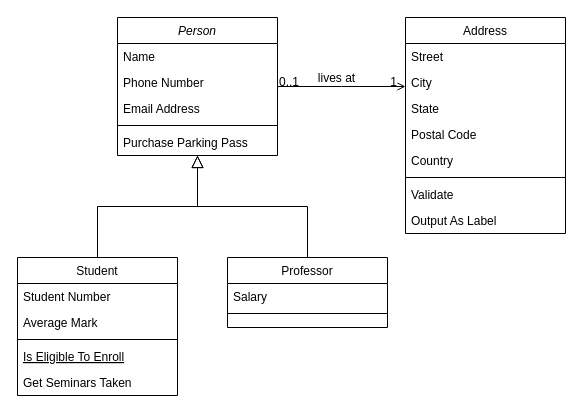
mwmarszalek/CodeClan keeps this draw.io diagram as Diagram bez tytułu.drawio. Above is the earlier version. Source tidied: cells renumbered, new cells numbered last; positions are measured from the earlier drawing's top-left corner, leaving out a move shared by most shapes. Both pictures are drawn from the tidied source at 100%, with x=0, y=0 at pixel (17, 17).
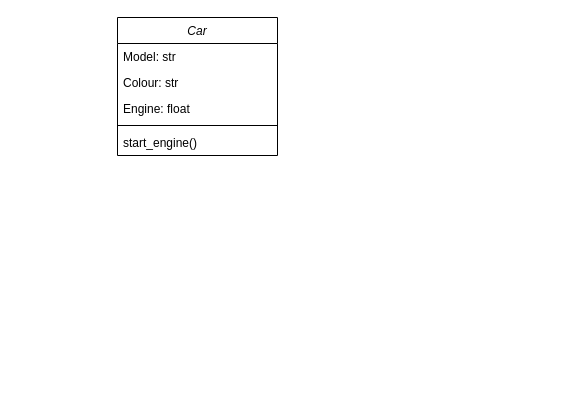
After the change.

Diff of the diagram source:
```diff
@@
-    <mxCell id="2" value="Person" style="swimlane;fontStyle=2;align=center;verticalAlign=top;horizontal=1;startSize=26;rounded=0;shadow=0;strokeWidth=1;" parent="1" vertex="1">
+    <mxCell id="2" value="Car" style="swimlane;fontStyle=2;align=center;verticalAlign=top;horizontal=1;startSize=26;rounded=0;shadow=0;strokeWidth=1;" parent="1" vertex="1">
       <mxGeometry x="100" width="160" height="138" as="geometry" />
     </mxCell>
-    <mxCell id="3" value="Name" style="text;align=left;verticalAlign=top;spacingLeft=4;spacingRight=4;overflow=hidden;" parent="2" vertex="1">
+    <mxCell id="3" value="Model: str" style="text;align=left;verticalAlign=top;spacingLeft=4;spacingRight=4;overflow=hidden;" parent="2" vertex="1">
       <mxGeometry y="26" width="160" height="26" as="geometry" />
     </mxCell>
-    <mxCell id="4" value="Phone Number" style="text;align=left;verticalAlign=top;spacingLeft=4;spacingRight=4;overflow=hidden;rounded=0;shadow=0;html=0;" parent="2" vertex="1">
+    <mxCell id="4" value="Colour: str" style="text;align=left;verticalAlign=top;spacingLeft=4;spacingRight=4;overflow=hidden;rounded=0;shadow=0;html=0;" parent="2" vertex="1">
       <mxGeometry y="52" width="160" height="26" as="geometry" />
     </mxCell>
-    <mxCell id="5" value="Email Address" style="text;align=left;verticalAlign=top;spacingLeft=4;spacingRight=4;overflow=hidden;rounded=0;shadow=0;html=0;" parent="2" vertex="1">
+    <mxCell id="5" value="Engine: float" style="text;align=left;verticalAlign=top;spacingLeft=4;spacingRight=4;overflow=hidden;rounded=0;shadow=0;html=0;" parent="2" vertex="1">
       <mxGeometry y="78" width="160" height="26" as="geometry" />
     </mxCell>
@@
-    <mxCell id="7" value="Purchase Parking Pass" style="text;align=left;verticalAlign=top;spacingLeft=4;spacingRight=4;overflow=hidden;" parent="2" vertex="1">
+    <mxCell id="7" value="start_engine()" style="text;align=left;verticalAlign=top;spacingLeft=4;spacingRight=4;overflow=hidden;" parent="2" vertex="1">
       <mxGeometry y="112" width="160" height="26" as="geometry" />
     </mxCell>
-    <mxCell id="8" value="Student" style="swimlane;fontStyle=0;align=center;verticalAlign=top;horizontal=1;startSize=26;rounded=0;shadow=0;strokeWidth=1;" parent="1" vertex="1">
-      <mxGeometry y="240" width="160" height="138" as="geometry" />
-    </mxCell>
-    <mxCell id="9" value="Student Number" style="text;align=left;verticalAlign=top;spacingLeft=4;spacingRight=4;overflow=hidden;" parent="8" vertex="1">
-      <mxGeometry y="26" width="160" height="26" as="geometry" />
-    </mxCell>
-    <mxCell id="10" value="Average Mark" style="text;align=left;verticalAlign=top;spacingLeft=4;spacingRight=4;overflow=hidden;rounded=0;shadow=0;html=0;" parent="8" vertex="1">
-      <mxGeometry y="52" width="160" height="26" as="geometry" />
-    </mxCell>
-    <mxCell id="11" style="line;html=1;strokeWidth=1;align=left;verticalAlign=middle;spacingTop=-1;spacingLeft=3;spacingRight=3;labelPosition=right;" parent="8" vertex="1">
-      <mxGeometry y="78" width="160" height="8" as="geometry" />
-    </mxCell>
-    <mxCell id="12" value="Is Eligible To Enroll" style="text;align=left;verticalAlign=top;spacingLeft=4;spacingRight=4;overflow=hidden;fontStyle=4;" parent="8" vertex="1">
-      <mxGeometry y="86" width="160" height="26" as="geometry" />
-    </mxCell>
-    <mxCell id="13" value="Get Seminars Taken" style="text;align=left;verticalAlign=top;spacingLeft=4;spacingRight=4;overflow=hidden;" parent="8" vertex="1">
-      <mxGeometry y="112" width="160" height="26" as="geometry" />
-    </mxCell>
-    <mxCell id="14" style="endArrow=block;endSize=10;endFill=0;shadow=0;strokeWidth=1;rounded=0;edgeStyle=elbowEdgeStyle;elbow=vertical;" parent="1" edge="1" source="8" target="2">
-      <mxGeometry relative="1" as="geometry" />
-    </mxCell>
-    <mxCell id="15" value="Professor" style="swimlane;fontStyle=0;align=center;verticalAlign=top;horizontal=1;startSize=26;rounded=0;shadow=0;strokeWidth=1;" parent="1" vertex="1">
-      <mxGeometry x="210" y="240" width="160" height="70" as="geometry" />
-    </mxCell>
-    <mxCell id="16" value="Salary" style="text;align=left;verticalAlign=top;spacingLeft=4;spacingRight=4;overflow=hidden;" parent="15" vertex="1">
-      <mxGeometry y="26" width="160" height="26" as="geometry" />
-    </mxCell>
-    <mxCell id="17" style="line;html=1;strokeWidth=1;align=left;verticalAlign=middle;spacingTop=-1;spacingLeft=3;spacingRight=3;labelPosition=right;" parent="15" vertex="1">
-      <mxGeometry y="52" width="160" height="8" as="geometry" />
-    </mxCell>
-    <mxCell id="18" style="endArrow=block;endSize=10;endFill=0;shadow=0;strokeWidth=1;rounded=0;edgeStyle=elbowEdgeStyle;elbow=vertical;" parent="1" edge="1" source="15" target="2">
-      <mxGeometry relative="1" as="geometry" />
-    </mxCell>
-    <mxCell id="19" value="Address" style="swimlane;fontStyle=0;align=center;verticalAlign=top;horizontal=1;startSize=26;rounded=0;shadow=0;strokeWidth=1;" parent="1" vertex="1">
-      <mxGeometry x="388" width="160" height="216" as="geometry" />
-    </mxCell>
-    <mxCell id="20" value="Street" style="text;align=left;verticalAlign=top;spacingLeft=4;spacingRight=4;overflow=hidden;" parent="19" vertex="1">
-      <mxGeometry y="26" width="160" height="26" as="geometry" />
-    </mxCell>
-    <mxCell id="21" value="City" style="text;align=left;verticalAlign=top;spacingLeft=4;spacingRight=4;overflow=hidden;rounded=0;shadow=0;html=0;" parent="19" vertex="1">
-      <mxGeometry y="52" width="160" height="26" as="geometry" />
-    </mxCell>
-    <mxCell id="22" value="State" style="text;align=left;verticalAlign=top;spacingLeft=4;spacingRight=4;overflow=hidden;rounded=0;shadow=0;html=0;" parent="19" vertex="1">
-      <mxGeometry y="78" width="160" height="26" as="geometry" />
-    </mxCell>
-    <mxCell id="23" value="Postal Code" style="text;align=left;verticalAlign=top;spacingLeft=4;spacingRight=4;overflow=hidden;rounded=0;shadow=0;html=0;" parent="19" vertex="1">
-      <mxGeometry y="104" width="160" height="26" as="geometry" />
-    </mxCell>
-    <mxCell id="24" value="Country" style="text;align=left;verticalAlign=top;spacingLeft=4;spacingRight=4;overflow=hidden;rounded=0;shadow=0;html=0;" parent="19" vertex="1">
-      <mxGeometry y="130" width="160" height="26" as="geometry" />
-    </mxCell>
-    <mxCell id="25" style="line;html=1;strokeWidth=1;align=left;verticalAlign=middle;spacingTop=-1;spacingLeft=3;spacingRight=3;labelPosition=right;" parent="19" vertex="1">
-      <mxGeometry y="156" width="160" height="8" as="geometry" />
-    </mxCell>
-    <mxCell id="26" value="Validate" style="text;align=left;verticalAlign=top;spacingLeft=4;spacingRight=4;overflow=hidden;" parent="19" vertex="1">
-      <mxGeometry y="164" width="160" height="26" as="geometry" />
-    </mxCell>
-    <mxCell id="27" value="Output As Label" style="text;align=left;verticalAlign=top;spacingLeft=4;spacingRight=4;overflow=hidden;" parent="19" vertex="1">
-      <mxGeometry y="190" width="160" height="26" as="geometry" />
-    </mxCell>
-    <mxCell id="28" style="endArrow=open;shadow=0;strokeWidth=1;rounded=0;endFill=1;edgeStyle=elbowEdgeStyle;elbow=vertical;" parent="1" edge="1" source="2" target="19">
-      <mxGeometry x="0.5" y="41" relative="1" as="geometry">
-        <mxPoint x="-40" y="32" as="offset" />
-      </mxGeometry>
-    </mxCell>
-    <mxCell id="29" value="0..1" style="align=left;verticalAlign=bottom;labelBackgroundColor=none;fontSize=12;" parent="28" vertex="1">
-      <mxGeometry x="-1" relative="1" as="geometry">
-        <mxPoint y="4" as="offset" />
-      </mxGeometry>
-    </mxCell>
-    <mxCell id="30" value="1" style="align=right;verticalAlign=bottom;labelBackgroundColor=none;fontSize=12;" parent="28" vertex="1">
-      <mxGeometry x="1" relative="1" as="geometry">
-        <mxPoint x="-7" y="4" as="offset" />
-      </mxGeometry>
-    </mxCell>
-    <mxCell id="31" value="lives at" style="text;html=1;align=center;verticalAlign=middle;labelBackgroundColor=none;rounded=0;shadow=0;strokeWidth=1;fontSize=12;" parent="28" vertex="1">
-      <mxGeometry x="0.5" y="49" relative="1" as="geometry">
-        <mxPoint x="-38" y="40" as="offset" />
-      </mxGeometry>
-    </mxCell>
```
